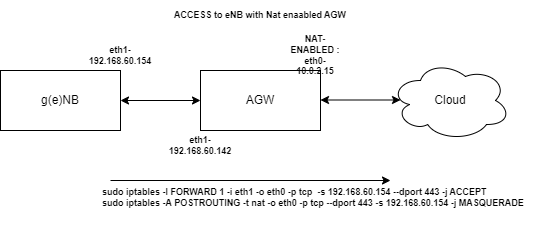
Before: radio-node-pass-through/enB-Iptable-Configuration.drawio.png, a diagram exported from draw.io (panyogesh/integration-magma). Source tidied: cells renumbered, new cells last; positions are measured from the earlier drawing's top-left corner, leaving out a move shared by most shapes.
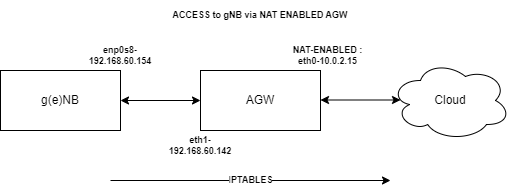
The same diagram one commit later.

Commit message:
feat(radioConn): Additional commands iptable

1. Added additional commands for iptables

What changed in the source:
```diff
@@ -20,26 +20,23 @@
         <mxPoint x="400" y="99.5" as="targetPoint" />
       </mxGeometry>
     </mxCell>
-    <mxCell id="7" value="eth1-192.168.60.154" style="text;html=1;strokeColor=none;fillColor=none;align=center;verticalAlign=middle;whiteSpace=wrap;rounded=0;fontSize=9;fontStyle=1;" parent="1" vertex="1">
+    <mxCell id="7" value="enp0s8-192.168.60.154" style="text;html=1;strokeColor=none;fillColor=none;align=center;verticalAlign=middle;whiteSpace=wrap;rounded=0;fontSize=9;fontStyle=1;" parent="1" vertex="1">
       <mxGeometry x="90" y="40" width="60" height="30" as="geometry" />
     </mxCell>
     <mxCell id="8" value="eth1-192.168.60.142" style="text;html=1;strokeColor=none;fillColor=none;align=center;verticalAlign=middle;whiteSpace=wrap;rounded=0;fontSize=9;fontStyle=1;" parent="1" vertex="1">
       <mxGeometry x="170" y="130" width="60" height="30" as="geometry" />
     </mxCell>
     <mxCell id="9" value="NAT-ENABLED : eth0-10.0.2.15" style="text;html=1;strokeColor=none;fillColor=none;align=center;verticalAlign=middle;whiteSpace=wrap;rounded=0;fontSize=9;fontStyle=1;" parent="1" vertex="1">
-      <mxGeometry x="285" y="40" width="60" height="30" as="geometry" />
+      <mxGeometry x="285" y="40" width="85" height="30" as="geometry" />
     </mxCell>
-    <mxCell id="10" value="ACCESS to eNB with Nat enaabled AGW" style="text;html=1;strokeColor=none;fillColor=none;align=center;verticalAlign=middle;whiteSpace=wrap;rounded=0;fontSize=9;fontStyle=1;" parent="1" vertex="1">
+    <mxCell id="10" value="ACCESS to gNB via NAT ENABLED AGW" style="text;html=1;strokeColor=none;fillColor=none;align=center;verticalAlign=middle;whiteSpace=wrap;rounded=0;fontSize=9;fontStyle=1;" parent="1" vertex="1">
       <mxGeometry x="145" width="230" height="30" as="geometry" />
     </mxCell>
-    <mxCell id="11" style="endArrow=classic;html=1;rounded=0;fontSize=9;" parent="1" edge="1">
+    <mxCell id="11" value="I&lt;b&gt;PTABLES&lt;/b&gt;" style="endArrow=classic;html=1;rounded=0;fontSize=9;" parent="1" edge="1">
       <mxGeometry relative="1" as="geometry">
         <mxPoint x="110" y="180" as="sourcePoint" />
         <mxPoint x="390" y="180" as="targetPoint" />
       </mxGeometry>
     </mxCell>
-    <mxCell id="12" value="sudo iptables -I FORWARD 1 -i eth1 -o eth0 -p tcp&amp;nbsp; -s 192.168.60.154 --dport 443 -j ACCEPT&#10;sudo iptables -A POSTROUTING -t nat -o eth0 -p tcp --dport 443 -s 192.168.60.154 -j MASQUERADE" style="text;whiteSpace=wrap;html=1;fontSize=9;fontStyle=1;" parent="1" vertex="1">
-      <mxGeometry x="100" y="180" width="440" height="50" as="geometry" />
-    </mxCell>
   </root>
 </mxGraphModel>
```
